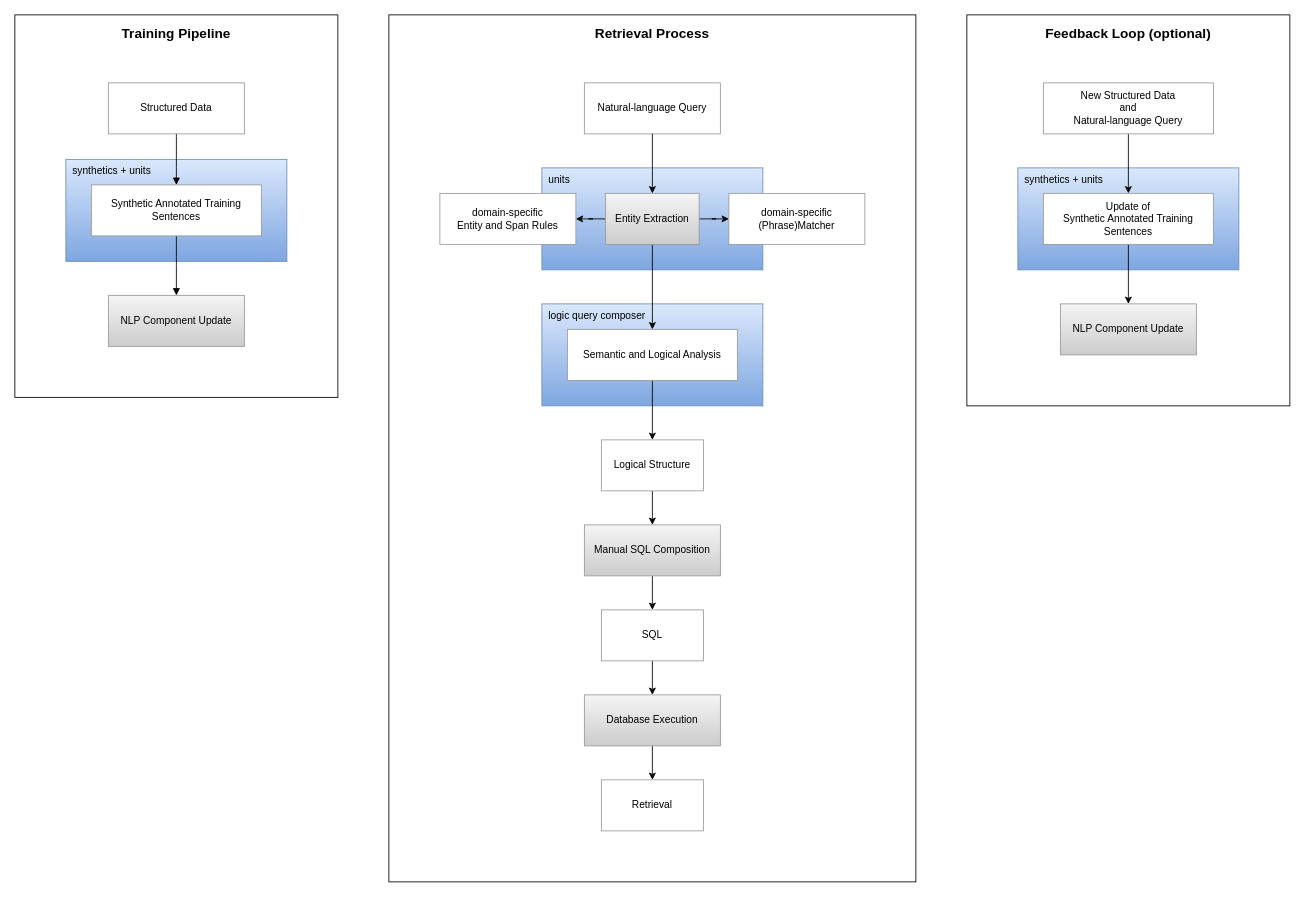
This is assets/retrieval-process.drawio from seanox/seanox-ai-nlp, a draw.io file, before an edit. Source tidied: cells renumbered, new cells numbered last; positions are measured from the earlier drawing's top-left corner, leaving out a move shared by most shapes. Both pictures are drawn from the tidied source at 85%, with x=0, y=0 at pixel (14, 14).
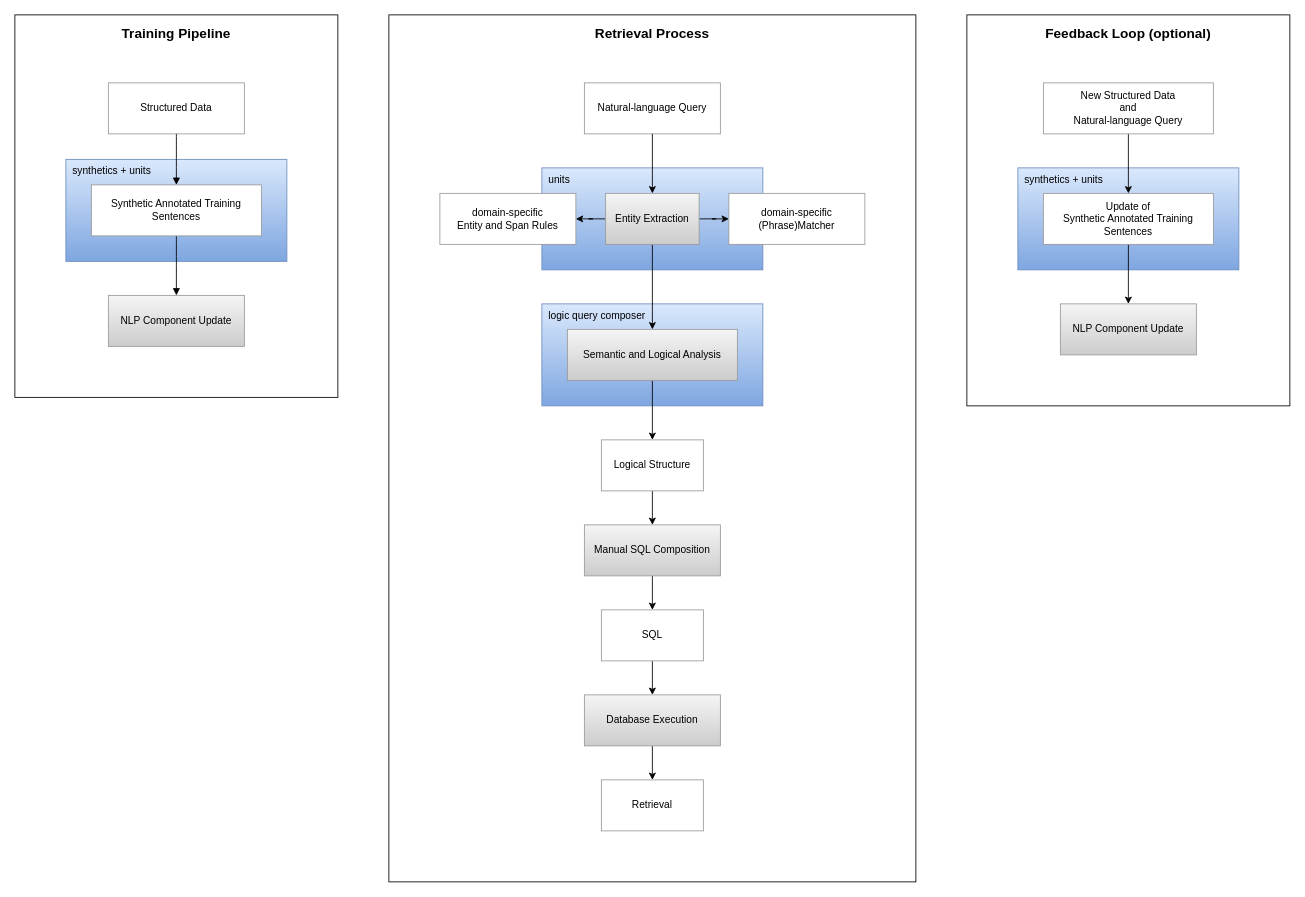
The same diagram, later.

The edit, as a diff of the source:
```diff
@@
-    <mxCell id="33" value="Semantic and Logical Analysis" style="whiteSpace=wrap;strokeWidth=1;strokeColor=#999999;" parent="1" vertex="1">
+    <mxCell id="33" value="Semantic and Logical Analysis" style="whiteSpace=wrap;strokeWidth=1;strokeColor=#999999;fillColor=#f5f5f5;gradientColor=#CCCCCC;" parent="1" vertex="1">
       <mxGeometry x="650" y="370" width="200" height="60" as="geometry" />
     </mxCell>
```
